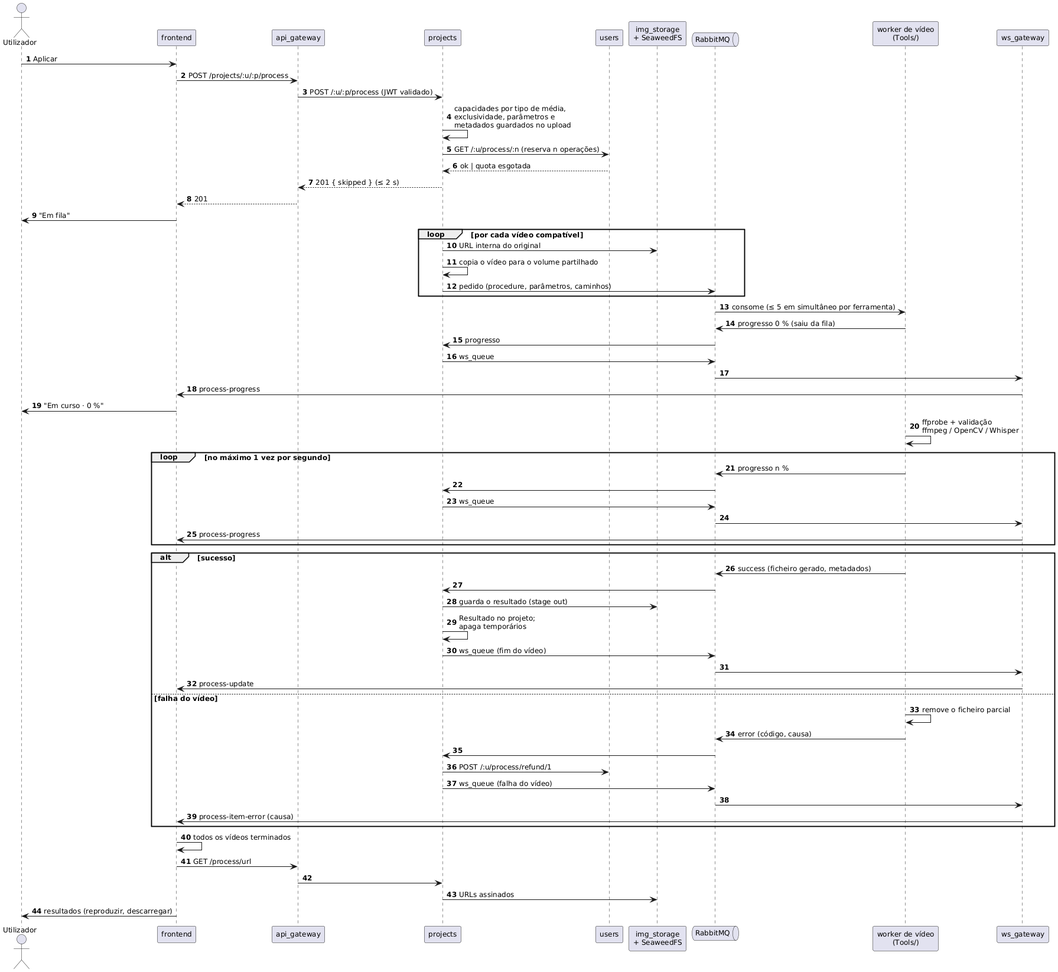
Above: relatorio/images/sequencia_processamento.png in MarcoAbreu11/PICTURAS (PlantUML), before the change.
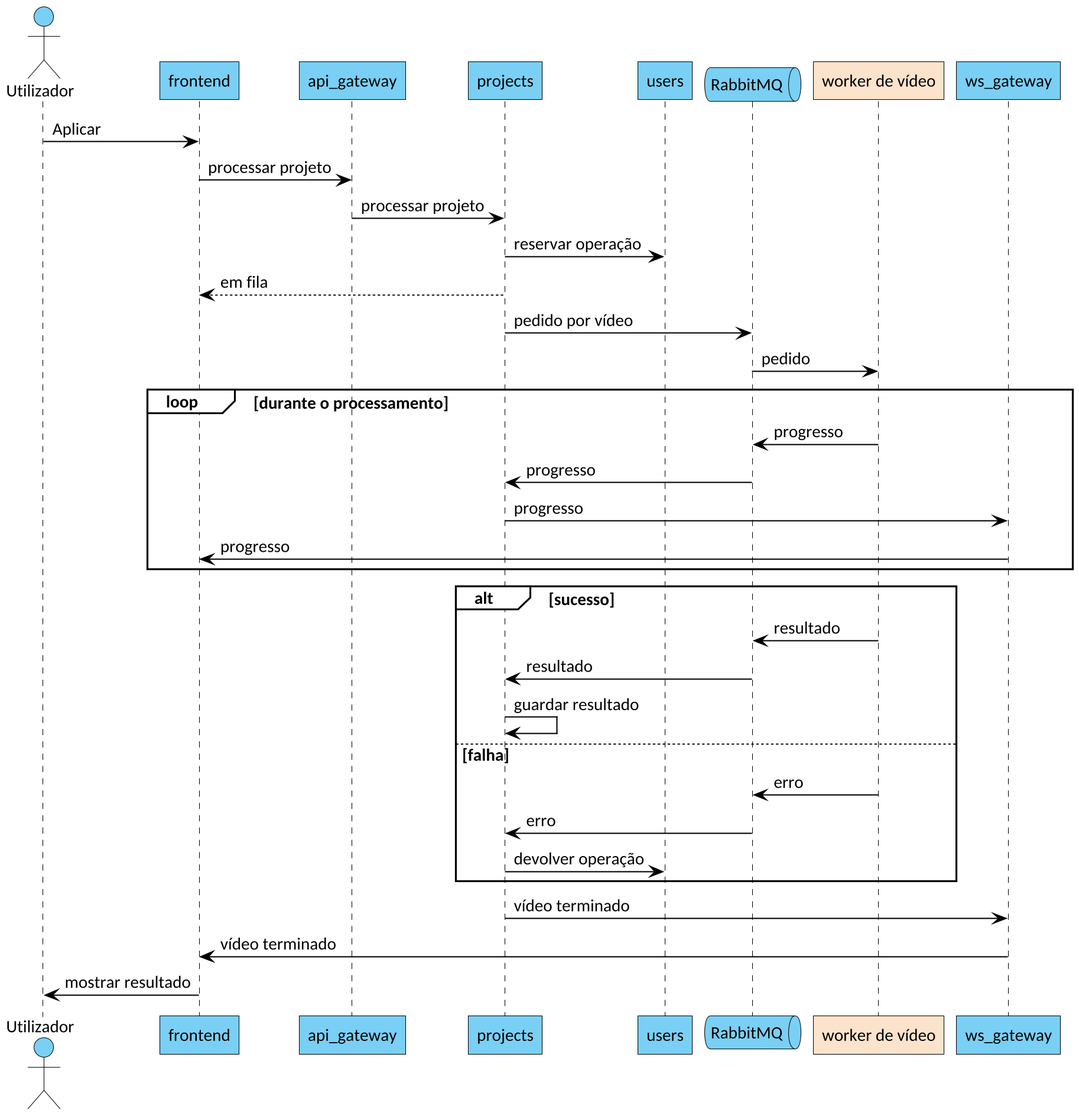
The same file after the commit.

Change to the diagram source:
```diff
@@ -1,73 +1,42 @@
 @startuml sequencia_processamento
-skinparam shadowing false
-skinparam defaultFontName Carlito
-skinparam defaultFontSize 12
-skinparam sequenceMessageAlign left
-autonumber
+skinparamlocked dpi 200
+!include estilo-vp.iuml
 
-actor Utilizador as U
-participant "frontend" as FE
-participant "api_gateway" as GW
-participant "projects" as P
-participant "users" as US
-participant "img_storage\n+ SeaweedFS" as S
-queue "RabbitMQ" as MQ
-participant "worker de vídeo\n(Tools/)" as W
-participant "ws_gateway" as WS
+actor Utilizador
+participant frontend
+participant api_gateway
+participant projects
+participant users
+queue RabbitMQ
+participant "worker de vídeo" as W #FBE3CC
+participant ws_gateway
 
-U -> FE : Aplicar
-FE -> GW : POST /projects/:u/:p/process
-GW -> P : POST /:u/:p/process (JWT validado)
-P -> P : capacidades por tipo de média,\nexclusividade, parâmetros e\nmetadados guardados no upload
-P -> US : GET /:u/process/:n (reserva n operações)
-US --> P : ok | quota esgotada
-P --> GW : 201 { skipped } (≤ 2 s)
-GW --> FE : 201
-FE -> U : "Em fila"
+Utilizador -> frontend : Aplicar
+frontend -> api_gateway : processar projeto
+api_gateway -> projects : processar projeto
+projects -> users : reservar operação
+projects --> frontend : em fila
+projects -> RabbitMQ : pedido por vídeo
+RabbitMQ -> W : pedido
 
-loop por cada vídeo compatível
-  P -> S : URL interna do original
-  P -> P : copia o vídeo para o volume partilhado
-  P -> MQ : pedido (procedure, parâmetros, caminhos)
-end
-
-MQ -> W : consome (≤ 5 em simultâneo por ferramenta)
-W -> MQ : progresso 0 % (saiu da fila)
-MQ -> P : progresso
-P -> MQ : ws_queue
-MQ -> WS
-WS -> FE : process-progress
-FE -> U : "Em curso · 0 %"
-W -> W : ffprobe + validação\nffmpeg / OpenCV / Whisper
-loop no máximo 1 vez por segundo
-  W -> MQ : progresso n %
-  MQ -> P
-  P -> MQ : ws_queue
-  MQ -> WS
-  WS -> FE : process-progress
+loop durante o processamento
+  W -> RabbitMQ : progresso
+  RabbitMQ -> projects : progresso
+  projects -> ws_gateway : progresso
+  ws_gateway -> frontend : progresso
 end
 
 alt sucesso
-  W -> MQ : success (ficheiro gerado, metadados)
-  MQ -> P
-  P -> S : guarda o resultado (stage out)
-  P -> P : Resultado no projeto;\napaga temporários
-  P -> MQ : ws_queue (fim do vídeo)
-  MQ -> WS
-  WS -> FE : process-update
-else falha do vídeo
-  W -> W : remove o ficheiro parcial
-  W -> MQ : error (código, causa)
-  MQ -> P
-  P -> US : POST /:u/process/refund/1
-  P -> MQ : ws_queue (falha do vídeo)
-  MQ -> WS
-  WS -> FE : process-item-error (causa)
+  W -> RabbitMQ : resultado
+  RabbitMQ -> projects : resultado
+  projects -> projects : guardar resultado
+else falha
+  W -> RabbitMQ : erro
+  RabbitMQ -> projects : erro
+  projects -> users : devolver operação
 end
 
-FE -> FE : todos os vídeos terminados
-FE -> GW : GET /process/url
-GW -> P
-P -> S : URLs assinados
-FE -> U : resultados (reproduzir, descarregar)
+projects -> ws_gateway : vídeo terminado
+ws_gateway -> frontend : vídeo terminado
+frontend -> Utilizador : mostrar resultado
 @enduml
```
